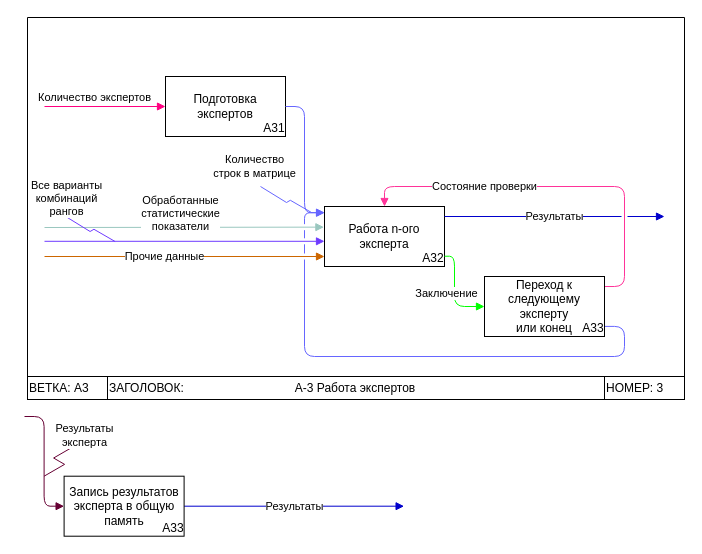
This is page "А3" (3 of 4) of draw_io/idef0 prog.drawio from Dimj1k/Works, a draw.io file, before an edit. Source tidied: cells renumbered, new cells numbered last; positions are measured from the earlier drawing's top-left corner, leaving out a move shared by most shapes. Both pictures are drawn from the tidied source at 100%, with x=0, y=0 at pixel (24, 17).
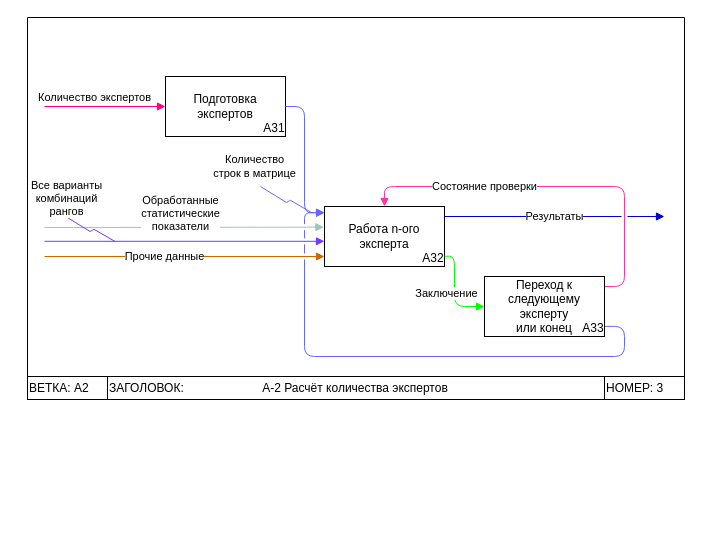
Above is the later version.

The change refers to these unchanged cells:
```xml
<mxCell id="4" style="swimlane;direction=west;fillColor=none;swimlaneFillColor=none;shadow=0;swimlaneLine=1;" parent="1" vertex="1">
  <mxGeometry x="3" width="657" height="382" as="geometry" />
</mxCell>
```

Diff of the diagram source:
```diff
@@
-    <mxCell id="3" style="edgeStyle=isometricEdgeStyle;endArrow=none;html=1;rounded=0;strokeColor=#660033;" parent="1" edge="1">
-      <mxGeometry relative="1" as="geometry">
-        <mxPoint x="19.6" y="458.7" as="sourcePoint" />
-        <mxPoint x="49.6" y="428.7" as="targetPoint" />
-      </mxGeometry>
-    </mxCell>
@@
-    <mxCell id="6" value="ВЕТКА: А3" style="text;html=1;strokeColor=default;fillColor=none;align=left;verticalAlign=middle;whiteSpace=wrap;rounded=0;glass=0;" parent="4" vertex="1">
+    <mxCell id="6" value="ВЕТКА: А2" style="text;html=1;strokeColor=default;fillColor=none;align=left;verticalAlign=middle;whiteSpace=wrap;rounded=0;glass=0;" parent="4" vertex="1">
       <mxGeometry y="359" width="80" height="23" as="geometry" />
     </mxCell>
@@
-    <mxCell id="9" value="А-3 Работа экспертов" style="text;html=1;strokeColor=none;fillColor=none;align=center;verticalAlign=middle;whiteSpace=wrap;rounded=0;glass=0;" parent="4" vertex="1">
+    <mxCell id="9" value="А-2 Расчёт количества экспертов" style="text;html=1;strokeColor=none;fillColor=none;align=center;verticalAlign=middle;whiteSpace=wrap;rounded=0;glass=0;" parent="4" vertex="1">
       <mxGeometry x="80" y="359" width="496" height="23" as="geometry" />
     </mxCell>
@@
-    <mxCell id="21" style="group;" parent="4" vertex="1">
-      <mxGeometry x="36.6" y="458.7" width="120" height="60" as="geometry" />
-    </mxCell>
-    <mxCell id="22" value="Результаты" style="edgeStyle=orthogonalEdgeStyle;rounded=0;jettySize=auto;html=1;endArrow=block;endFill=1;strokeColor=#0000cc;jumpStyle=gap;" parent="21" edge="1" source="23">
-      <mxGeometry relative="1" as="geometry">
-        <mxPoint x="340" y="30" as="targetPoint" />
-      </mxGeometry>
-    </mxCell>
-    <mxCell id="23" value="Запись результатов эксперта в общую память" style="rounded=0;whiteSpace=wrap;html=1;" parent="21" vertex="1">
-      <mxGeometry width="120" height="60" as="geometry" />
-    </mxCell>
-    <mxCell id="24" value="А33" style="text;html=1;strokeColor=none;fillColor=none;align=center;verticalAlign=middle;whiteSpace=wrap;rounded=0;" parent="21" vertex="1">
-      <mxGeometry x="98" y="44" width="22" height="16" as="geometry" />
-    </mxCell>
-    <mxCell id="25" value="Результаты&lt;br style=&quot;border-color: var(--border-color);&quot;&gt;эксперта" style="edgeStyle=orthogonalEdgeStyle;rounded=1;jettySize=auto;html=1;strokeColor=#660033;endArrow=block;endFill=1;entryX=0;entryY=0.5;entryDx=0;entryDy=0;exitX=1.003;exitY=0.172;exitDx=0;exitDy=0;exitPerimeter=0;" parent="4" edge="1" target="23">
-      <mxGeometry x="-0.39" y="40" relative="1" as="geometry">
-        <mxPoint x="-3" y="399" as="sourcePoint" />
-        <Array as="points">
-          <mxPoint x="16.6" y="398.7" />
-          <mxPoint x="16.6" y="488.7" />
-        </Array>
-      </mxGeometry>
-    </mxCell>
```
